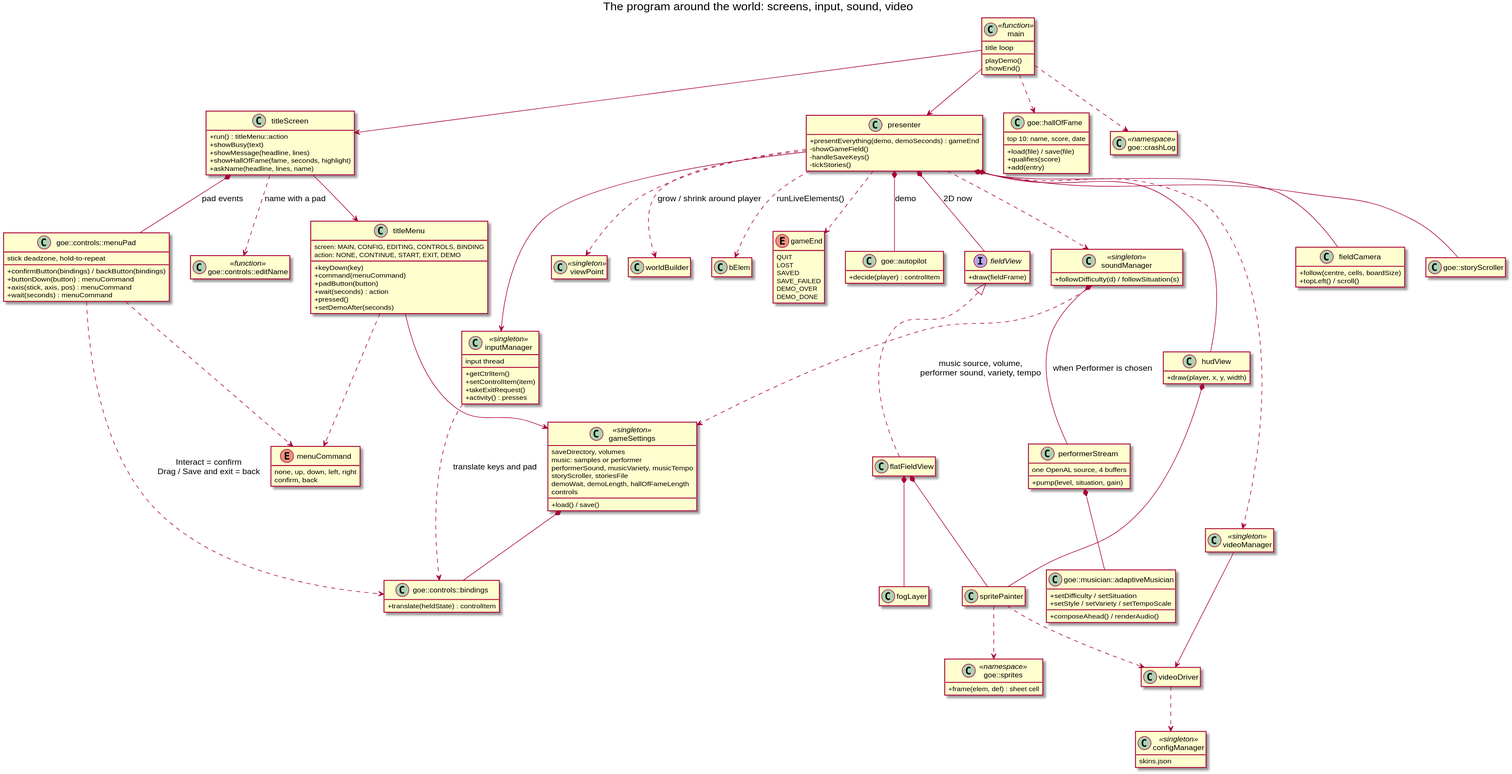
Before: docs/diagrams/03-application-classes.svg, a diagram exported from PlantUML (arielkonopka/Gardens-of-Eris).
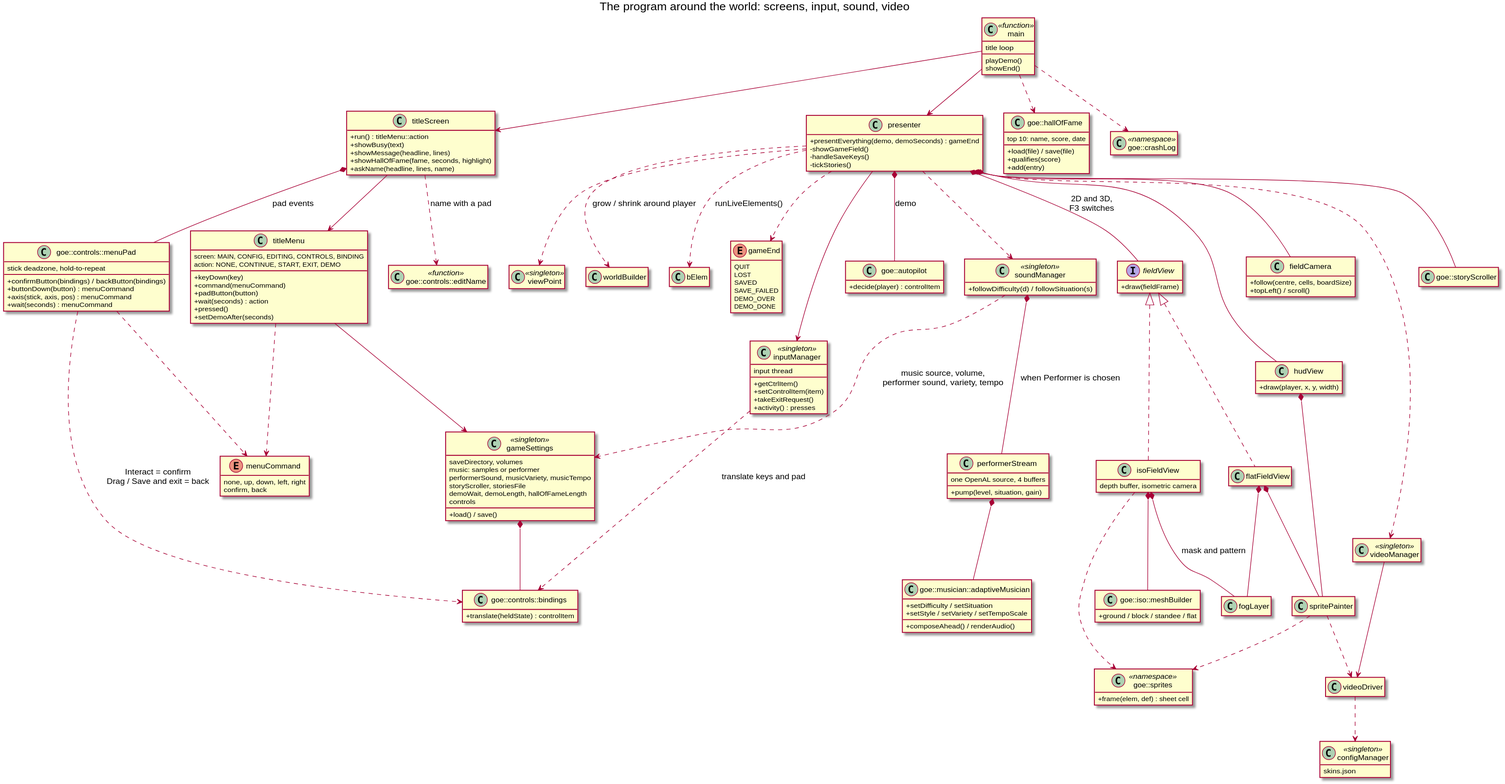
Above is the later version.

Diff of the diagram source:
```diff
@@ -100,6 +100,12 @@
   +draw(fieldFrame)
 }
 class flatFieldView
+class isoFieldView {
+  depth buffer, isometric camera
+}
+class "goe::iso::meshBuilder" as meshBuilder {
+  +ground / block / standee / flat
+}
 class fieldCamera {
   +follow(centre, cells, boardSize)
   +topLeft() / scroll()
@@ -132,9 +138,13 @@
 presenter --> inputManager
 presenter *-- autopilot : demo
 presenter *-- fieldCamera
-presenter *-- fieldView : 2D now
+presenter *-- fieldView : 2D and 3D,\nF3 switches
 presenter *-- hudView
 fieldView <|.. flatFieldView
+fieldView <|.. isoFieldView
+isoFieldView *-- meshBuilder
+isoFieldView *-- fogLayer : mask and pattern
+isoFieldView ..> sprites
 flatFieldView *-- fogLayer
 flatFieldView *-- spritePainter
 hudView *-- spritePainter
```
